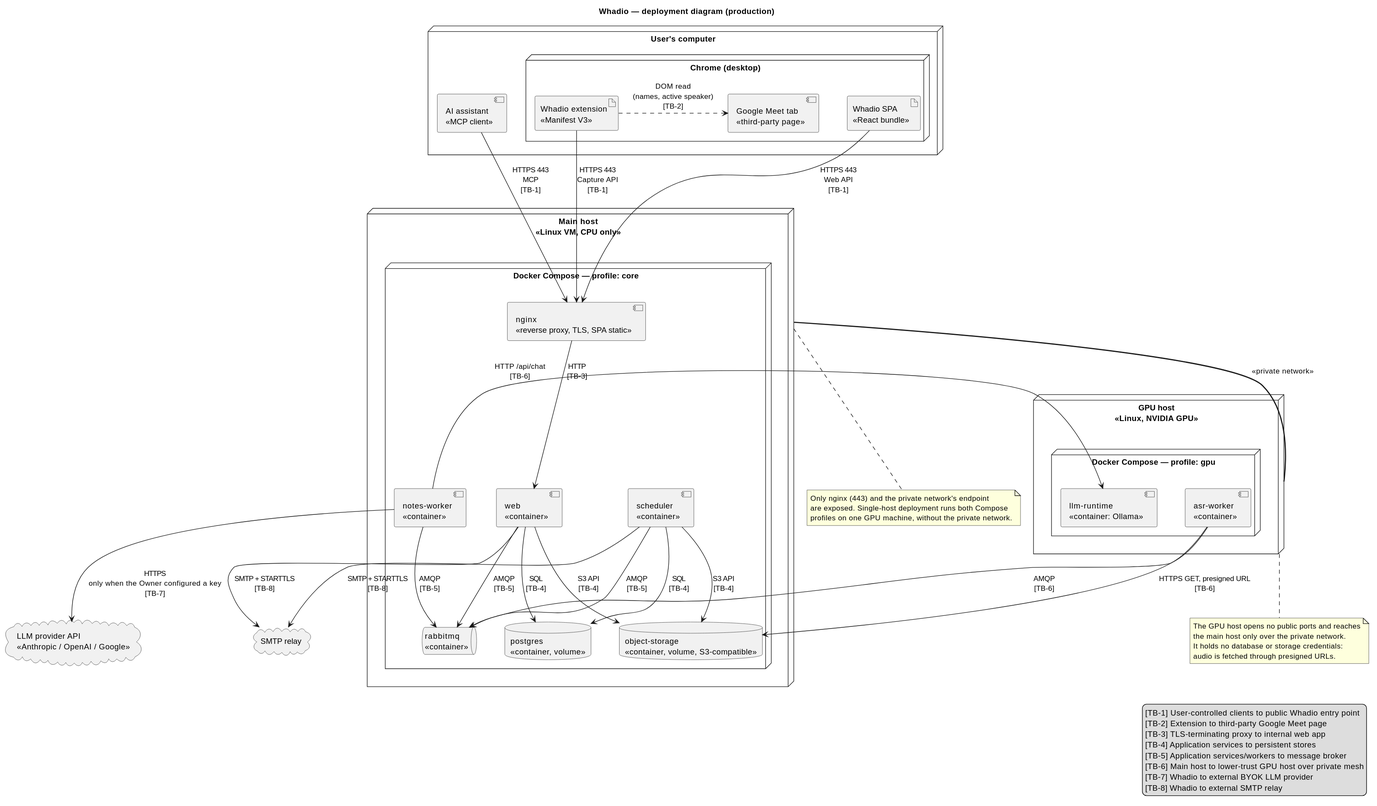
Above: docs/architecture/uml/deployment-diagram.svg in ukma-fin-ssdm-2026/Whadio (PlantUML), before the change.
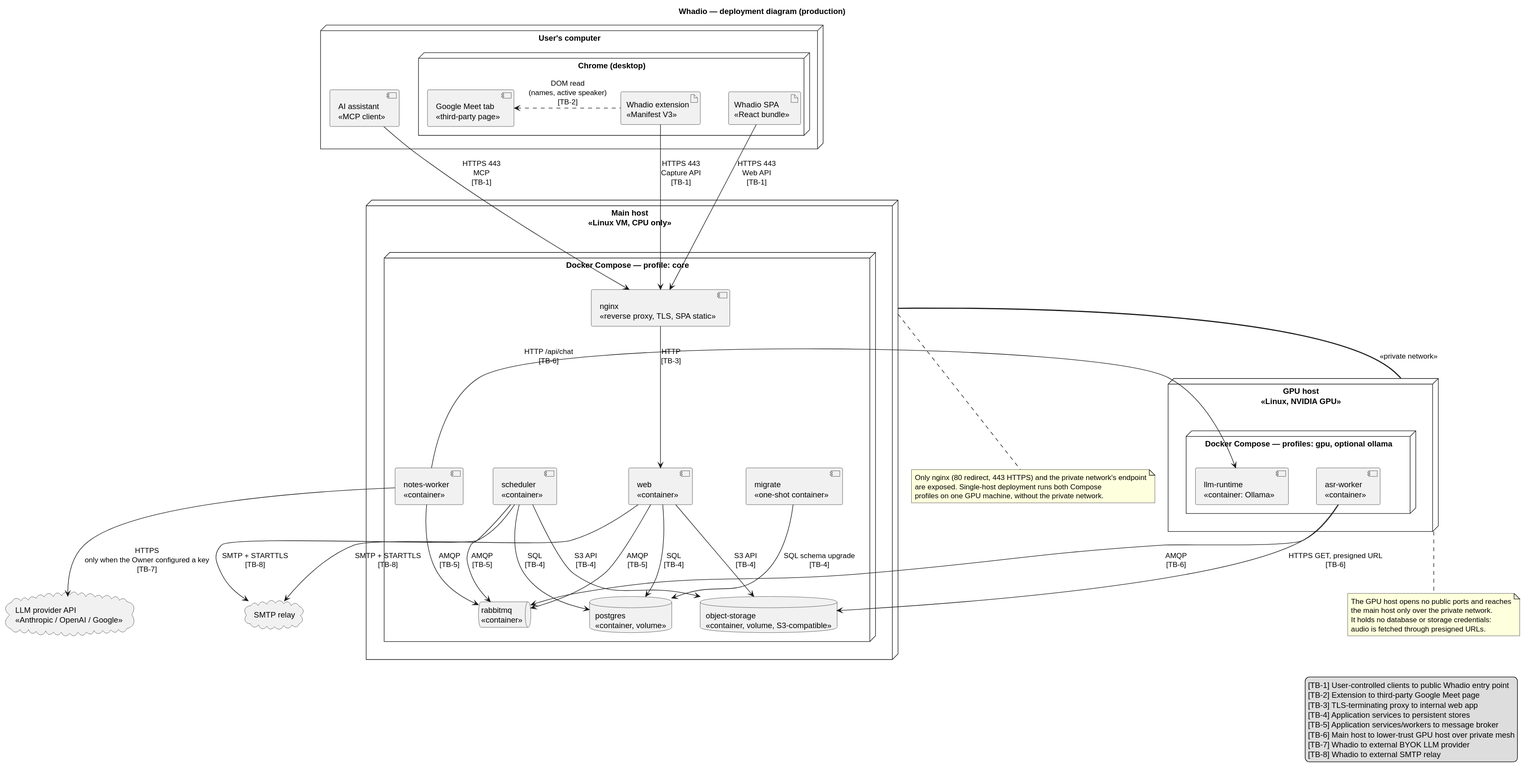
Above is the later version.

What changed in the source:
```diff
@@ -16,6 +16,7 @@
 node "Main host\n<<Linux VM, CPU only>>" as main {
   node "Docker Compose — profile: core" as composeCore {
     component "nginx\n<<reverse proxy, TLS, SPA static>>" as nginx
+    component "migrate\n<<one-shot container>>" as migrate
     component "web\n<<container>>" as web
     component "scheduler\n<<container>>" as scheduler
     component "notes-worker\n<<container>>" as notesWorker
@@ -26,7 +27,7 @@
 }
 
 node "GPU host\n<<Linux, NVIDIA GPU>>" as gpu {
-  node "Docker Compose — profile: gpu" as composeGpu {
+  node "Docker Compose — profiles: gpu, optional ollama" as composeGpu {
     component "asr-worker\n<<container>>" as asrWorker
     component "llm-runtime\n<<container: Ollama>>" as llm
   }
@@ -41,6 +42,7 @@
 ext .left.> meet : DOM read\n(names, active speaker)\n[TB-2]
 
 nginx --> web : HTTP\n[TB-3]
+migrate --> db : SQL schema upgrade\n[TB-4]
 web --> db : SQL\n[TB-4]
 web --> store : S3 API\n[TB-4]
 web --> mq : AMQP\n[TB-5]
@@ -66,7 +68,7 @@
 end note
 
 note bottom of main
-  Only nginx (443) and the private network's endpoint
+  Only nginx (80 redirect, 443 HTTPS) and the private network's endpoint
   are exposed. Single-host deployment runs both Compose
   profiles on one GPU machine, without the private network.
 end note
```
